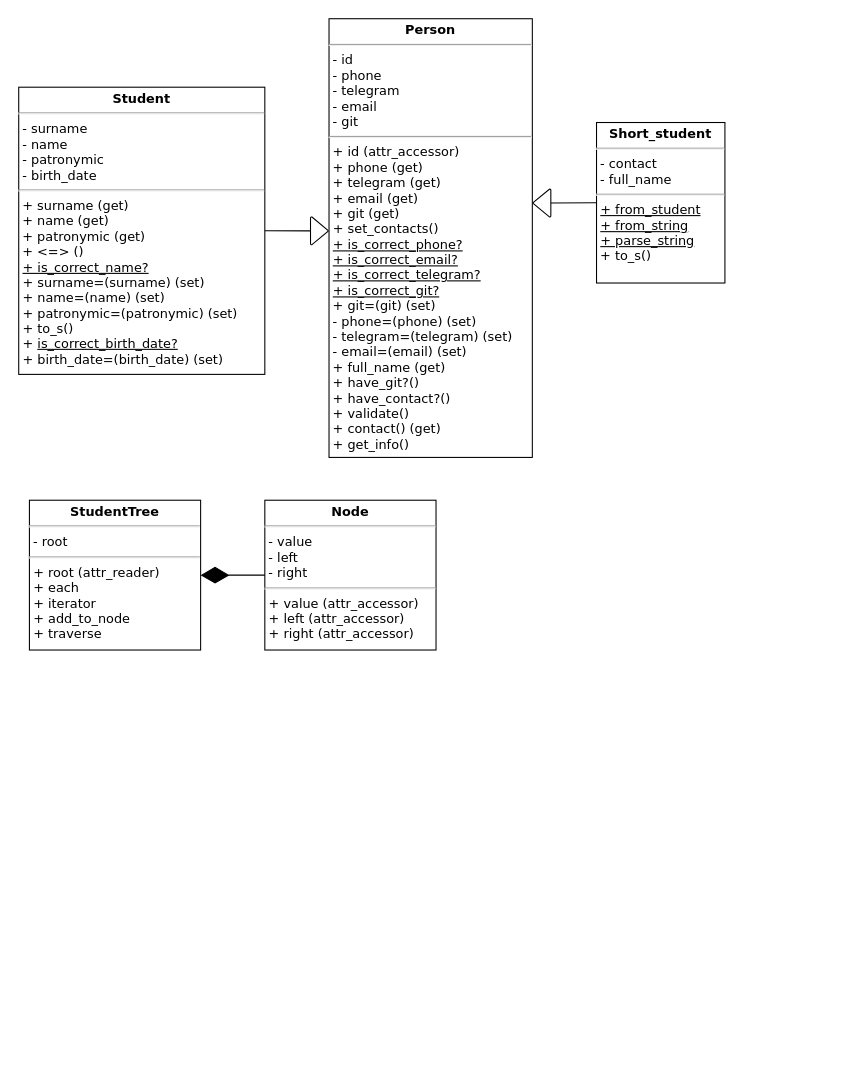
Before: Студенты/Диаграмма_классов.drawio in drpnmr/DesignPatterns, a draw.io diagram. Source tidied: cells renumbered, new cells numbered last; positions are measured from the earlier drawing's top-left corner, leaving out a move shared by most shapes. Both pictures are drawn from the tidied source at 107%, with x=0, y=0 at pixel (18, 18).
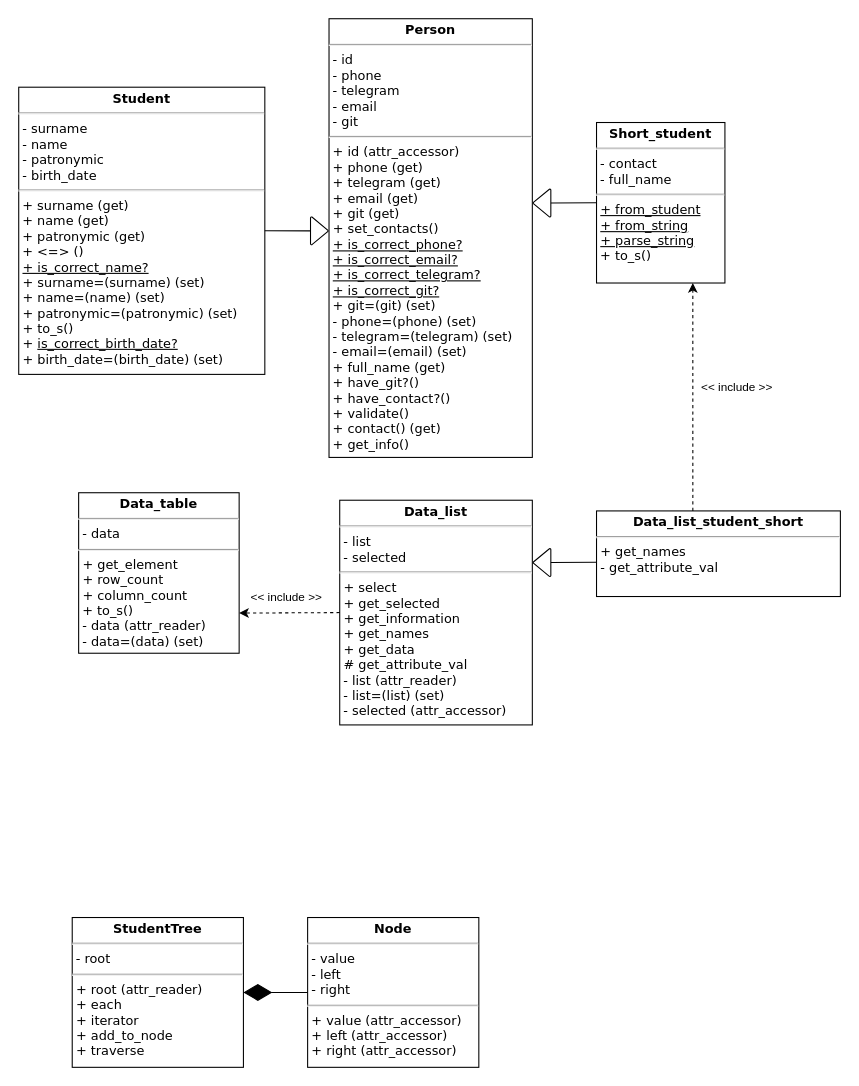
The same page after the edit.

Unchanged cells that the change refers to:
```xml
<mxCell id="4" value="&lt;p style=&quot;margin: 4px 0px 0px; text-align: center;&quot;&gt;&lt;b style=&quot;&quot;&gt;&lt;font style=&quot;font-size: 12px;&quot;&gt;Short_student&lt;/font&gt;&lt;/b&gt;&lt;/p&gt;&lt;hr style=&quot;&quot;&gt;&lt;div style=&quot;border-color: var(--border-color);&quot;&gt;&lt;font style=&quot;font-size: 12px;&quot;&gt;&lt;span style=&quot;background-color: initial;&quot;&gt;&lt;font style=&quot;&quot;&gt;&amp;nbsp;-&lt;/font&gt;&amp;nbsp;contact&lt;/span&gt;&lt;/font&gt;&lt;/div&gt;&lt;div style=&quot;border-color: var(--border-color);&quot;&gt;&amp;nbsp;- full_name&lt;font style=&quot;font-size: 12px;&quot; color=&quot;#ff2119&quot;&gt;&lt;span style=&quot;background-color: initial;&quot;&gt;&lt;br&gt;&lt;/span&gt;&lt;/font&gt;&lt;/div&gt;&lt;hr style=&quot;&quot;&gt;&lt;p style=&quot;margin: 0px 0px 0px 4px;&quot;&gt;&lt;u&gt;+ from_student&lt;br&gt;&lt;/u&gt;&lt;/p&gt;&lt;p style=&quot;margin: 0px 0px 0px 4px;&quot;&gt;&lt;u&gt;+ from_string&lt;br&gt;&lt;/u&gt;&lt;/p&gt;&lt;p style=&quot;margin: 0px 0px 0px 4px;&quot;&gt;&lt;u&gt;+ parse_string&lt;/u&gt;&lt;/p&gt;&lt;div&gt;&lt;font style=&quot;font-size: 12px;&quot;&gt;&amp;nbsp;+&amp;nbsp;to_s()&lt;br&gt;&lt;br&gt;&lt;span class=&quot;Apple-converted-space&quot; style=&quot;background-color: initial;&quot;&gt;&amp;nbsp;&lt;/span&gt;&lt;/font&gt;&lt;/div&gt;" style="verticalAlign=top;align=left;overflow=fill;fontSize=12;fontFamily=Verdana;html=1;whiteSpace=wrap;spacingLeft=1;spacing=0;spacingTop=0;" parent="1" vertex="1">
  <mxGeometry x="540" y="97" width="120" height="150" as="geometry" />
</mxCell>
```

Diff of the diagram source:
```diff
@@
     <mxCell id="9" value="&lt;p style=&quot;margin: 4px 0px 0px; text-align: center;&quot;&gt;&lt;b&gt;&lt;font&gt;StudentTree&lt;/font&gt;&lt;/b&gt;&lt;/p&gt;&lt;hr&gt;&lt;div style=&quot;border-color: var(--border-color);&quot;&gt;&lt;font&gt;&lt;span style=&quot;background-color: initial;&quot;&gt;&lt;font&gt;&amp;nbsp;-&lt;/font&gt;&amp;nbsp;root&lt;/span&gt;&lt;/font&gt;&lt;/div&gt;&lt;hr&gt;&lt;p style=&quot;margin: 0px 0px 0px 4px;&quot;&gt;&lt;font&gt;&lt;font&gt;+ root (attr_reader)&lt;br&gt;+ each&lt;br&gt;&lt;/font&gt;&lt;/font&gt;&lt;/p&gt;&lt;p style=&quot;margin: 0px 0px 0px 4px;&quot;&gt;&lt;font&gt;&lt;font&gt;+&amp;nbsp;&lt;/font&gt;iterator&lt;/font&gt;&lt;/p&gt;&lt;p style=&quot;margin: 0px 0px 0px 4px;&quot;&gt;&lt;font&gt;&lt;span class=&quot;Apple-converted-space&quot; style=&quot;background-color: initial;&quot;&gt;+ add_to_node&lt;/span&gt;&lt;/font&gt;&lt;/p&gt;&lt;p style=&quot;margin: 0px 0px 0px 4px;&quot;&gt;&lt;span style=&quot;background-color: initial;&quot;&gt;+ traverse&lt;/span&gt;&lt;/p&gt;" style="verticalAlign=top;align=left;overflow=fill;fontSize=12;fontFamily=Verdana;html=1;whiteSpace=wrap;spacingLeft=1;spacing=0;spacingTop=0;" parent="1" vertex="1">
-      <mxGeometry x="10" y="450" width="160" height="140" as="geometry" />
+      <mxGeometry x="50" y="840" width="160" height="140" as="geometry" />
     </mxCell>
     <mxCell id="10" value="&lt;p style=&quot;margin: 4px 0px 0px; text-align: center;&quot;&gt;&lt;b&gt;Node&lt;/b&gt;&lt;/p&gt;&lt;hr&gt;&lt;div style=&quot;border-color: var(--border-color);&quot;&gt;&lt;div style=&quot;border-color: var(--border-color);&quot;&gt;&lt;span style=&quot;background-color: initial;&quot;&gt;&lt;font&gt;&amp;nbsp;-&lt;/font&gt;&amp;nbsp;value&lt;/span&gt;&lt;/div&gt;&lt;div style=&quot;border-color: var(--border-color);&quot;&gt;&lt;span style=&quot;background-color: initial;&quot;&gt;&amp;nbsp;- left&lt;/span&gt;&lt;/div&gt;&lt;div style=&quot;border-color: var(--border-color);&quot;&gt;&lt;span style=&quot;background-color: initial;&quot;&gt;&amp;nbsp;- right&lt;/span&gt;&lt;/div&gt;&lt;/div&gt;&lt;hr&gt;&lt;p style=&quot;margin: 0px 0px 0px 4px;&quot;&gt;&lt;font&gt;&lt;font&gt;+ value (attr_accessor)&lt;/font&gt;&lt;/font&gt;&lt;/p&gt;&lt;p style=&quot;margin: 0px 0px 0px 4px;&quot;&gt;&lt;font&gt;&lt;font&gt;+ left&amp;nbsp;(attr_accessor)&lt;/font&gt;&lt;/font&gt;&lt;/p&gt;&lt;p style=&quot;margin: 0px 0px 0px 4px;&quot;&gt;&lt;font&gt;&lt;font&gt;+ right&amp;nbsp;(attr_accessor)&lt;br&gt;&lt;br&gt;&lt;/font&gt;&lt;/font&gt;&lt;/p&gt;" style="verticalAlign=top;align=left;overflow=fill;fontSize=12;fontFamily=Verdana;html=1;whiteSpace=wrap;spacingLeft=1;spacing=0;spacingTop=0;" parent="1" vertex="1">
-      <mxGeometry x="230" y="450" width="160" height="140" as="geometry" />
+      <mxGeometry x="270" y="840" width="160" height="140" as="geometry" />
     </mxCell>
@@
+    <mxCell id="12" value="&lt;p style=&quot;margin: 4px 0px 0px; text-align: center;&quot;&gt;&lt;b style=&quot;&quot;&gt;&lt;font style=&quot;font-size: 12px;&quot;&gt;Data_table&lt;/font&gt;&lt;/b&gt;&lt;/p&gt;&lt;hr style=&quot;&quot;&gt;&lt;div style=&quot;border-color: var(--border-color);&quot;&gt;&lt;font style=&quot;font-size: 12px;&quot;&gt;&lt;span style=&quot;background-color: initial;&quot;&gt;&lt;font style=&quot;&quot;&gt;&amp;nbsp;-&lt;/font&gt;&amp;nbsp;data&lt;/span&gt;&lt;/font&gt;&lt;/div&gt;&lt;hr style=&quot;&quot;&gt;&lt;p style=&quot;margin: 0px 0px 0px 4px;&quot;&gt;+&amp;nbsp;get_element&lt;/p&gt;&lt;p style=&quot;margin: 0px 0px 0px 4px;&quot;&gt;+ row_count&lt;/p&gt;&lt;p style=&quot;margin: 0px 0px 0px 4px;&quot;&gt;+ column_count&lt;/p&gt;&lt;div&gt;&lt;font style=&quot;font-size: 12px;&quot;&gt;&amp;nbsp;+&amp;nbsp;to_s()&lt;/font&gt;&lt;/div&gt;&lt;div&gt;&lt;font style=&quot;font-size: 12px;&quot;&gt;&amp;nbsp;- data (attr_reader)&lt;/font&gt;&lt;/div&gt;&lt;div&gt;&lt;font style=&quot;font-size: 12px;&quot;&gt;&amp;nbsp;- data=(data) (set)&lt;br&gt;&lt;br&gt;&lt;span class=&quot;Apple-converted-space&quot; style=&quot;background-color: initial;&quot;&gt;&amp;nbsp;&lt;/span&gt;&lt;/font&gt;&lt;/div&gt;" style="verticalAlign=top;align=left;overflow=fill;fontSize=12;fontFamily=Verdana;html=1;whiteSpace=wrap;spacingLeft=1;spacing=0;spacingTop=0;" parent="1" vertex="1">
+      <mxGeometry x="56" y="443" width="150" height="150" as="geometry" />
+    </mxCell>
+    <mxCell id="13" value="&lt;p style=&quot;margin: 4px 0px 0px; text-align: center;&quot;&gt;&lt;b style=&quot;&quot;&gt;&lt;font style=&quot;font-size: 12px;&quot;&gt;Data_list&lt;/font&gt;&lt;/b&gt;&lt;/p&gt;&lt;hr style=&quot;&quot;&gt;&lt;div style=&quot;border-color: var(--border-color);&quot;&gt;&lt;font style=&quot;font-size: 12px;&quot;&gt;&lt;span style=&quot;background-color: initial;&quot;&gt;&lt;font style=&quot;&quot;&gt;&amp;nbsp;-&lt;/font&gt;&amp;nbsp;list&lt;/span&gt;&lt;/font&gt;&lt;/div&gt;&lt;div style=&quot;border-color: var(--border-color);&quot;&gt;&lt;font style=&quot;font-size: 12px;&quot;&gt;&lt;span style=&quot;background-color: initial;&quot;&gt;&amp;nbsp;- selected&lt;/span&gt;&lt;/font&gt;&lt;/div&gt;&lt;hr style=&quot;&quot;&gt;&lt;p style=&quot;margin: 0px 0px 0px 4px;&quot;&gt;&lt;span style=&quot;background-color: initial;&quot;&gt;+&amp;nbsp;select&lt;/span&gt;&lt;/p&gt;&lt;p style=&quot;margin: 0px 0px 0px 4px;&quot;&gt;+ get_selected&lt;span style=&quot;background-color: initial;&quot;&gt;&lt;/span&gt;&lt;/p&gt;&lt;p style=&quot;margin: 0px 0px 0px 4px;&quot;&gt;+ get_information&lt;/p&gt;&lt;p style=&quot;margin: 0px 0px 0px 4px;&quot;&gt;+ get_names&lt;/p&gt;&lt;p style=&quot;margin: 0px 0px 0px 4px;&quot;&gt;+ get_data&lt;/p&gt;&lt;p style=&quot;margin: 0px 0px 0px 4px;&quot;&gt;# get_attribute_val&lt;/p&gt;&lt;div&gt;&amp;nbsp;- list (attr_reader)&lt;/div&gt;&lt;div&gt;&amp;nbsp;- list=(list) (set)&lt;/div&gt;&lt;div&gt;&amp;nbsp;- selected (attr_accessor)&lt;/div&gt;&lt;div&gt;&lt;font style=&quot;font-size: 12px;&quot;&gt;&lt;span class=&quot;Apple-converted-space&quot; style=&quot;background-color: initial;&quot;&gt;&amp;nbsp;&lt;/span&gt;&lt;/font&gt;&lt;/div&gt;" style="verticalAlign=top;align=left;overflow=fill;fontSize=12;fontFamily=Verdana;html=1;whiteSpace=wrap;spacingLeft=1;spacing=0;spacingTop=0;" parent="1" vertex="1">
+      <mxGeometry x="300" y="450" width="180" height="210" as="geometry" />
+    </mxCell>
+    <mxCell id="14" value="&lt;p style=&quot;margin: 4px 0px 0px; text-align: center;&quot;&gt;&lt;b style=&quot;&quot;&gt;&lt;font style=&quot;font-size: 12px;&quot;&gt;Data_list_student_short&lt;/font&gt;&lt;/b&gt;&lt;/p&gt;&lt;hr style=&quot;&quot;&gt;&lt;p style=&quot;margin: 0px 0px 0px 4px;&quot;&gt;&lt;span style=&quot;background-color: initial;&quot;&gt;+ get_names&lt;/span&gt;&lt;/p&gt;&lt;p style=&quot;margin: 0px 0px 0px 4px;&quot;&gt;-&amp;nbsp;&lt;span style=&quot;background-color: initial;&quot;&gt;get_attribute_val&lt;/span&gt;&lt;/p&gt;&lt;div&gt;&lt;font style=&quot;font-size: 12px;&quot;&gt;&lt;br&gt;&lt;span class=&quot;Apple-converted-space&quot; style=&quot;background-color: initial;&quot;&gt;&amp;nbsp;&lt;/span&gt;&lt;/font&gt;&lt;/div&gt;" style="verticalAlign=top;align=left;overflow=fill;fontSize=12;fontFamily=Verdana;html=1;whiteSpace=wrap;spacingLeft=1;spacing=0;spacingTop=0;" parent="1" vertex="1">
+      <mxGeometry x="540" y="460" width="227.9" height="80" as="geometry" />
+    </mxCell>
+    <mxCell id="15" style="strokeWidth=1;html=1;shape=mxgraph.flowchart.extract_or_measurement;whiteSpace=wrap;rotation=-90;" parent="1" vertex="1">
+      <mxGeometry x="476" y="500" width="26.1" height="16.5" as="geometry" />
+    </mxCell>
+    <mxCell id="16" style="endArrow=none;html=1;rounded=0;entryX=0.5;entryY=1;entryDx=0;entryDy=0;exitX=0;exitY=0.5;exitDx=0;exitDy=0;entryPerimeter=0;" parent="1" edge="1" target="15">
+      <mxGeometry relative="1" as="geometry">
+        <mxPoint x="540" y="508" as="sourcePoint" />
+      </mxGeometry>
+    </mxCell>
+    <mxCell id="17" style="endArrow=classic;html=1;rounded=0;entryX=0.75;entryY=1;entryDx=0;entryDy=0;exitX=0.395;exitY=0;exitDx=0;exitDy=0;exitPerimeter=0;dashed=1;" parent="1" edge="1" source="14" target="4">
+      <mxGeometry relative="1" as="geometry" />
+    </mxCell>
+    <mxCell id="18" value="&lt;br&gt;&lt;div&gt;&lt;br&gt;&lt;/div&gt;" style="edgeLabel;html=1;align=center;verticalAlign=middle;" parent="17" vertex="1">
+      <mxGeometry x="0.1" relative="1" as="geometry" />
+    </mxCell>
+    <mxCell id="19" value="&lt;div&gt;&amp;lt;&amp;lt; include &amp;gt;&amp;gt;&lt;/div&gt;" style="edgeLabel;html=1;align=center;verticalAlign=middle;" parent="17" vertex="1">
+      <mxGeometry x="0.1" y="-1" relative="1" as="geometry">
+        <mxPoint x="39" y="1" as="offset" />
+      </mxGeometry>
+    </mxCell>
+    <mxCell id="20" style="endArrow=classic;html=1;rounded=0;entryX=1;entryY=0.75;entryDx=0;entryDy=0;exitX=0;exitY=0.5;exitDx=0;exitDy=0;dashed=1;" parent="1" edge="1" source="13" target="12">
+      <mxGeometry relative="1" as="geometry" />
+    </mxCell>
+    <mxCell id="21" value="&lt;br&gt;&lt;div&gt;&lt;br&gt;&lt;/div&gt;" style="edgeLabel;html=1;align=center;verticalAlign=middle;" parent="20" vertex="1">
+      <mxGeometry x="0.1" relative="1" as="geometry" />
+    </mxCell>
+    <mxCell id="22" value="&lt;div&gt;&amp;lt;&amp;lt; include &amp;gt;&amp;gt;&lt;/div&gt;" style="edgeLabel;html=1;align=center;verticalAlign=middle;" parent="20" vertex="1">
+      <mxGeometry x="0.1" y="-1" relative="1" as="geometry">
+        <mxPoint x="2" y="-14" as="offset" />
+      </mxGeometry>
+    </mxCell>
```
